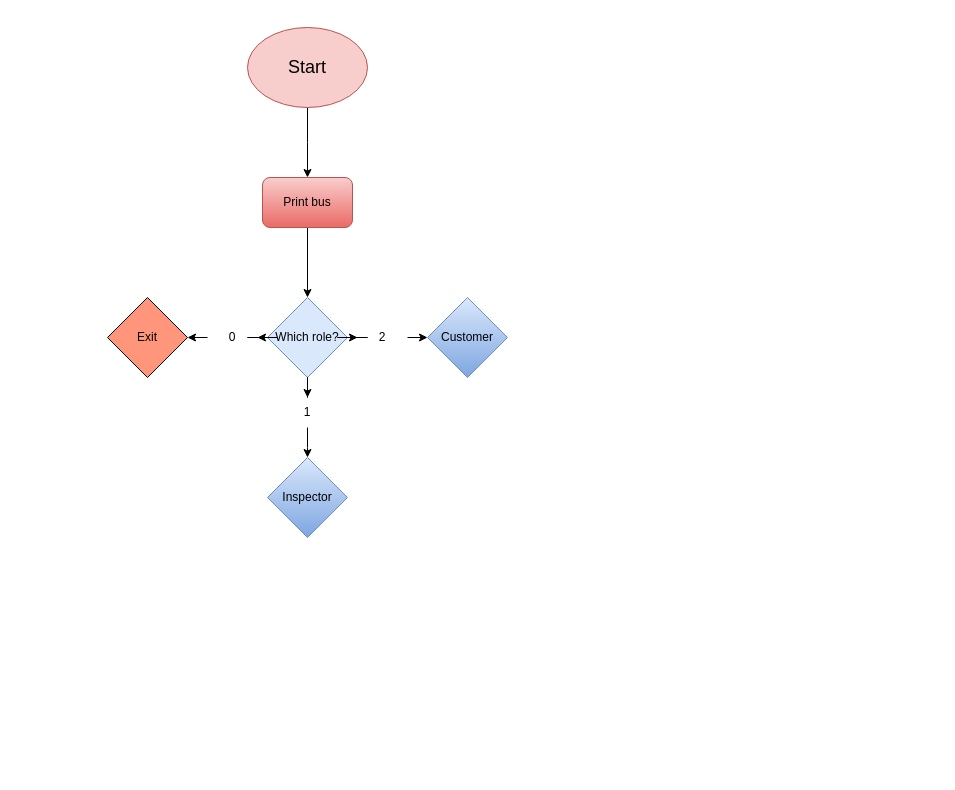
Earlier version of the draw.io diagram Untitled Diagram.drawio (Miishri/Programming1_Projekt2). Source tidied: cells renumbered, new cells numbered last; positions are measured from the earlier drawing's top-left corner, leaving out a move shared by most shapes. Both pictures are drawn from the tidied source at 100%, with x=0, y=0 at pixel (107, 27).
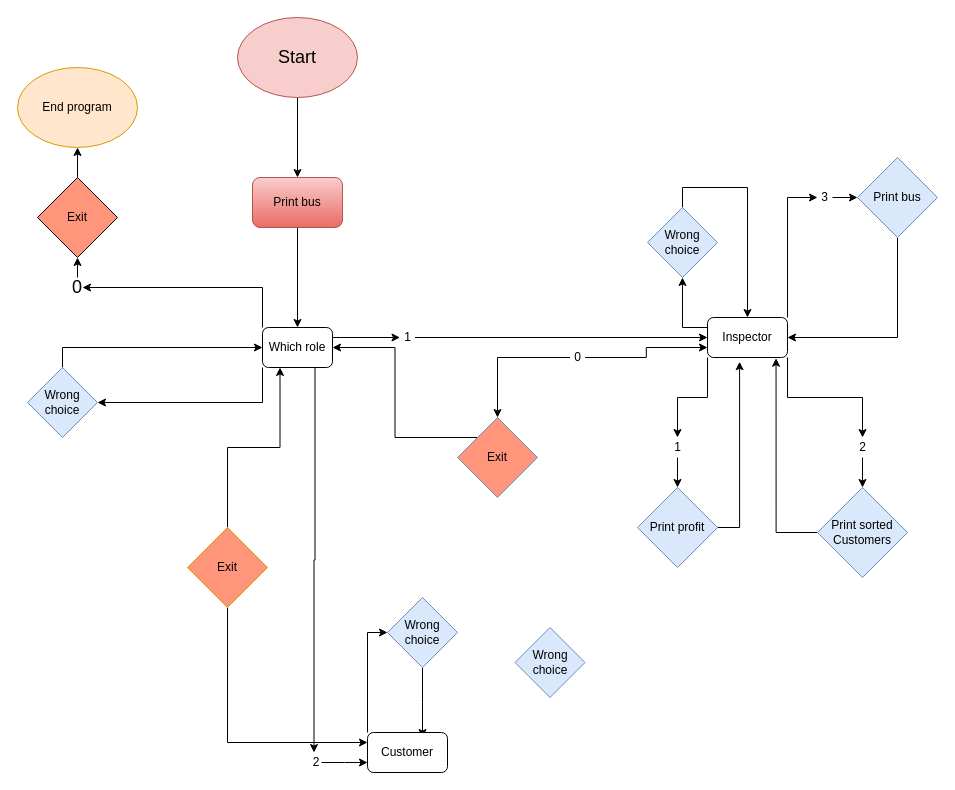
Above is the later version.

Commit message:
add customer diagram

Diff of the diagram source:
```diff
@@
-    <mxCell id="2" style="edgeStyle=orthogonalEdgeStyle;rounded=0;jettySize=auto;html=1;" parent="1" edge="1" source="3">
-      <mxGeometry relative="1" as="geometry">
-        <mxPoint x="200" y="150" as="targetPoint" />
-      </mxGeometry>
+    <mxCell id="2" style="edgeStyle=orthogonalEdgeStyle;rounded=0;jettySize=auto;html=1;entryX=0.5;entryY=0;entryDx=0;entryDy=0;" parent="1" edge="1" source="3" target="18">
+      <mxGeometry relative="1" as="geometry" />
     </mxCell>
     <mxCell id="3" value="&lt;div&gt;&lt;font style=&quot;font-size: 18px;&quot;&gt;Start&lt;/font&gt;&lt;/div&gt;" style="ellipse;whiteSpace=wrap;html=1;fillColor=#f8cecc;strokeColor=#b85450;" parent="1" vertex="1">
-      <mxGeometry x="140" width="120" height="80" as="geometry" />
+      <mxGeometry x="130" y="-10" width="120" height="80" as="geometry" />
     </mxCell>
-    <mxCell id="4" style="edgeStyle=orthogonalEdgeStyle;rounded=0;jettySize=auto;html=1;exitX=1;exitY=0.5;exitDx=0;exitDy=0;" parent="1" edge="1" source="13">
-      <mxGeometry relative="1" as="geometry">
-        <mxPoint x="320" y="310" as="targetPoint" />
-      </mxGeometry>
-    </mxCell>
-    <mxCell id="5" style="edgeStyle=orthogonalEdgeStyle;rounded=0;jettySize=auto;html=1;" parent="1" edge="1" source="8">
-      <mxGeometry relative="1" as="geometry">
-        <mxPoint x="200" y="430" as="targetPoint" />
-      </mxGeometry>
-    </mxCell>
-    <mxCell id="6" value="Which role?" style="rhombus;whiteSpace=wrap;html=1;fillColor=#dae8fc;strokeColor=#6c8ebf;" parent="1" vertex="1">
-      <mxGeometry x="160" y="270" width="80" height="80" as="geometry" />
-    </mxCell>
-    <mxCell id="7" style="edgeStyle=orthogonalEdgeStyle;rounded=0;jettySize=auto;html=1;" parent="1" edge="1" source="6" target="8">
-      <mxGeometry relative="1" as="geometry" />
-    </mxCell>
-    <mxCell id="8" value="&lt;div&gt;1&lt;br&gt;&lt;/div&gt;" style="text;html=1;strokeColor=none;fillColor=none;align=center;verticalAlign=middle;whiteSpace=wrap;rounded=0;" parent="1" vertex="1">
-      <mxGeometry x="170" y="370" width="60" height="30" as="geometry" />
-    </mxCell>
-    <mxCell id="9" style="edgeStyle=orthogonalEdgeStyle;rounded=0;jettySize=auto;html=1;" parent="1" edge="1" source="6" target="11">
-      <mxGeometry relative="1" as="geometry" />
-    </mxCell>
-    <mxCell id="10" style="edgeStyle=orthogonalEdgeStyle;rounded=0;orthogonalLoop=1;jettySize=auto;html=1;" parent="1" edge="1">
-      <mxGeometry relative="1" as="geometry">
-        <mxPoint x="100" y="310" as="sourcePoint" />
-        <mxPoint x="80" y="310" as="targetPoint" />
-      </mxGeometry>
-    </mxCell>
-    <mxCell id="11" value="&lt;div&gt;0&lt;/div&gt;" style="text;html=1;strokeColor=none;fillColor=none;align=center;verticalAlign=middle;whiteSpace=wrap;rounded=0;" parent="1" vertex="1">
-      <mxGeometry x="100" y="295" width="50" height="30" as="geometry" />
-    </mxCell>
-    <mxCell id="12" style="edgeStyle=orthogonalEdgeStyle;rounded=0;jettySize=auto;html=1;exitX=1;exitY=0.5;exitDx=0;exitDy=0;" parent="1" edge="1" source="6" target="13">
-      <mxGeometry relative="1" as="geometry" />
-    </mxCell>
-    <mxCell id="13" value="&lt;div&gt;2&lt;/div&gt;" style="text;html=1;strokeColor=none;fillColor=none;align=center;verticalAlign=middle;whiteSpace=wrap;rounded=0;" parent="1" vertex="1">
-      <mxGeometry x="250" y="295" width="50" height="30" as="geometry" />
-    </mxCell>
+    <mxCell id="19" style="edgeStyle=orthogonalEdgeStyle;rounded=0;jettySize=auto;html=1;exitX=0.5;exitY=0;exitDx=0;exitDy=0;entryX=0.5;entryY=1;entryDx=0;entryDy=0;" parent="1" edge="1" source="14" target="58">
+      <mxGeometry relative="1" as="geometry" />
+    </mxCell>
     <mxCell id="14" value="Exit" style="rhombus;whiteSpace=wrap;html=1;fillStyle=solid;fillColor=#FF957A;" parent="1" vertex="1">
-      <mxGeometry y="270" width="80" height="80" as="geometry" />
+      <mxGeometry x="-70" y="150" width="80" height="80" as="geometry" />
     </mxCell>
-    <mxCell id="15" value="Inspector" style="rhombus;whiteSpace=wrap;html=1;fillColor=#dae8fc;gradientColor=#7ea6e0;strokeColor=#6c8ebf;" parent="1" vertex="1">
-      <mxGeometry x="160" y="430" width="80" height="80" as="geometry" />
-    </mxCell>
-    <mxCell id="16" value="Customer" style="rhombus;whiteSpace=wrap;html=1;fillColor=#dae8fc;gradientColor=#7ea6e0;strokeColor=#6c8ebf;" parent="1" vertex="1">
-      <mxGeometry x="320" y="270" width="80" height="80" as="geometry" />
-    </mxCell>
-    <mxCell id="17" style="edgeStyle=orthogonalEdgeStyle;rounded=0;jettySize=auto;html=1;entryX=0.5;entryY=0;entryDx=0;entryDy=0;" parent="1" edge="1" source="18" target="6">
+    <mxCell id="17" style="edgeStyle=orthogonalEdgeStyle;rounded=0;jettySize=auto;html=1;entryX=0.5;entryY=0;entryDx=0;entryDy=0;" parent="1" edge="1" source="18" target="24">
       <mxGeometry relative="1" as="geometry" />
     </mxCell>
     <mxCell id="18" value="Print bus" style="rounded=1;whiteSpace=wrap;html=1;fillColor=#f8cecc;gradientColor=#ea6b66;strokeColor=#b85450;" parent="1" vertex="1">
-      <mxGeometry x="155" y="150" width="90" height="50" as="geometry" />
+      <mxGeometry x="145" y="150" width="90" height="50" as="geometry" />
     </mxCell>
+    <mxCell id="20" style="edgeStyle=orthogonalEdgeStyle;rounded=0;jettySize=auto;html=1;exitX=0;exitY=1;exitDx=0;exitDy=0;entryX=1;entryY=0.5;entryDx=0;entryDy=0;" parent="1" edge="1" source="24" target="26">
+      <mxGeometry relative="1" as="geometry" />
+    </mxCell>
+    <mxCell id="21" style="edgeStyle=orthogonalEdgeStyle;rounded=0;jettySize=auto;html=1;exitX=0;exitY=0;exitDx=0;exitDy=0;entryX=1;entryY=0.5;entryDx=0;entryDy=0;" parent="1" edge="1" source="24" target="11">
+      <mxGeometry relative="1" as="geometry" />
+    </mxCell>
+    <mxCell id="22" style="edgeStyle=orthogonalEdgeStyle;rounded=0;jettySize=auto;html=1;exitX=1;exitY=0.25;exitDx=0;exitDy=0;entryX=0;entryY=0.5;entryDx=0;entryDy=0;" parent="1" edge="1" source="24" target="31">
+      <mxGeometry relative="1" as="geometry" />
+    </mxCell>
+    <mxCell id="23" style="edgeStyle=orthogonalEdgeStyle;rounded=0;jettySize=auto;html=1;exitX=0.75;exitY=1;exitDx=0;exitDy=0;entryX=0.25;entryY=0;entryDx=0;entryDy=0;" parent="1" edge="1" source="24" target="29">
+      <mxGeometry relative="1" as="geometry" />
+    </mxCell>
+    <mxCell id="24" value="&lt;div&gt;Which role&lt;/div&gt;" style="rounded=1;whiteSpace=wrap;html=1;" parent="1" vertex="1">
+      <mxGeometry x="155" y="300" width="70" height="40" as="geometry" />
+    </mxCell>
+    <mxCell id="25" style="edgeStyle=orthogonalEdgeStyle;rounded=0;jettySize=auto;html=1;exitX=0.5;exitY=0;exitDx=0;exitDy=0;entryX=0;entryY=0.5;entryDx=0;entryDy=0;" parent="1" edge="1" source="26" target="24">
+      <mxGeometry relative="1" as="geometry" />
+    </mxCell>
+    <mxCell id="26" value="Wrong choice" style="rhombus;whiteSpace=wrap;html=1;fillColor=#dae8fc;strokeColor=#6c8ebf;" parent="1" vertex="1">
+      <mxGeometry x="-80" y="340" width="70" height="70" as="geometry" />
+    </mxCell>
+    <mxCell id="27" style="edgeStyle=orthogonalEdgeStyle;rounded=0;jettySize=auto;html=1;exitX=0.5;exitY=0;exitDx=0;exitDy=0;entryX=0.5;entryY=1;entryDx=0;entryDy=0;" parent="1" edge="1" source="11" target="14">
+      <mxGeometry relative="1" as="geometry" />
+    </mxCell>
+    <mxCell id="11" value="&lt;div&gt;&lt;font style=&quot;font-size: 18px;&quot;&gt;0&lt;/font&gt;&lt;/div&gt;" style="text;html=1;strokeColor=none;fillColor=none;align=center;verticalAlign=middle;whiteSpace=wrap;rounded=0;" parent="1" vertex="1">
+      <mxGeometry x="-35" y="250" width="10" height="20" as="geometry" />
+    </mxCell>
+    <mxCell id="28" style="edgeStyle=orthogonalEdgeStyle;rounded=0;jettySize=auto;html=1;exitX=1;exitY=0.5;exitDx=0;exitDy=0;entryX=0;entryY=0.5;entryDx=0;entryDy=0;" parent="1" edge="1" source="29">
+      <mxGeometry relative="1" as="geometry">
+        <mxPoint x="260" y="735" as="targetPoint" />
+      </mxGeometry>
+    </mxCell>
+    <mxCell id="29" value="2" style="text;html=1;strokeColor=none;fillColor=none;align=center;verticalAlign=middle;whiteSpace=wrap;rounded=0;" parent="1" vertex="1">
+      <mxGeometry x="204" y="725" width="10" height="20" as="geometry" />
+    </mxCell>
+    <mxCell id="30" style="edgeStyle=orthogonalEdgeStyle;rounded=0;jettySize=auto;html=1;exitX=1;exitY=0.5;exitDx=0;exitDy=0;entryX=0;entryY=0.5;entryDx=0;entryDy=0;" parent="1" edge="1" source="31" target="15">
+      <mxGeometry relative="1" as="geometry" />
+    </mxCell>
+    <mxCell id="31" value="1" style="text;html=1;strokeColor=none;fillColor=none;align=center;verticalAlign=middle;whiteSpace=wrap;rounded=0;" parent="1" vertex="1">
+      <mxGeometry x="292.5" y="300" width="15" height="20" as="geometry" />
+    </mxCell>
+    <mxCell id="32" style="edgeStyle=orthogonalEdgeStyle;rounded=0;jettySize=auto;html=1;exitX=0;exitY=0.25;exitDx=0;exitDy=0;entryX=0.5;entryY=1;entryDx=0;entryDy=0;" parent="1" edge="1" source="15" target="36">
+      <mxGeometry relative="1" as="geometry" />
+    </mxCell>
+    <mxCell id="33" style="edgeStyle=orthogonalEdgeStyle;rounded=0;jettySize=auto;html=1;exitX=0;exitY=1;exitDx=0;exitDy=0;entryX=0.5;entryY=0;entryDx=0;entryDy=0;" parent="1" edge="1" source="15" target="41">
+      <mxGeometry relative="1" as="geometry" />
+    </mxCell>
+    <mxCell id="34" style="edgeStyle=orthogonalEdgeStyle;rounded=0;jettySize=auto;html=1;exitX=1;exitY=1;exitDx=0;exitDy=0;entryX=0.5;entryY=0;entryDx=0;entryDy=0;" parent="1" edge="1" source="15" target="45">
+      <mxGeometry relative="1" as="geometry" />
+    </mxCell>
+    <mxCell id="15" value="Inspector" style="rounded=1;whiteSpace=wrap;html=1;" parent="1" vertex="1">
+      <mxGeometry x="600" y="290" width="80" height="40" as="geometry" />
+    </mxCell>
+    <mxCell id="35" style="edgeStyle=orthogonalEdgeStyle;rounded=0;jettySize=auto;html=1;exitX=0.5;exitY=0;exitDx=0;exitDy=0;entryX=0.5;entryY=0;entryDx=0;entryDy=0;" parent="1" edge="1" source="36" target="15">
+      <mxGeometry relative="1" as="geometry" />
+    </mxCell>
+    <mxCell id="36" value="Wrong choice" style="rhombus;whiteSpace=wrap;html=1;fillColor=#dae8fc;strokeColor=#6c8ebf;" parent="1" vertex="1">
+      <mxGeometry x="540" y="180" width="70" height="70" as="geometry" />
+    </mxCell>
+    <mxCell id="37" style="edgeStyle=orthogonalEdgeStyle;rounded=0;jettySize=auto;html=1;" parent="1" edge="1" source="38">
+      <mxGeometry relative="1" as="geometry">
+        <mxPoint x="315" y="710" as="targetPoint" />
+      </mxGeometry>
+    </mxCell>
+    <mxCell id="38" value="Wrong choice" style="rhombus;whiteSpace=wrap;html=1;fillColor=#dae8fc;strokeColor=#6c8ebf;" parent="1" vertex="1">
+      <mxGeometry x="280" y="570" width="70" height="70" as="geometry" />
+    </mxCell>
+    <mxCell id="39" style="edgeStyle=orthogonalEdgeStyle;rounded=0;jettySize=auto;html=1;exitX=0;exitY=0;exitDx=0;exitDy=0;entryX=0;entryY=0.5;entryDx=0;entryDy=0;" parent="1" edge="1" source="16" target="38">
+      <mxGeometry relative="1" as="geometry" />
+    </mxCell>
+    <mxCell id="16" value="Customer" style="rounded=1;whiteSpace=wrap;html=1;" parent="1" vertex="1">
+      <mxGeometry x="260" y="705" width="80" height="40" as="geometry" />
+    </mxCell>
+    <mxCell id="40" style="edgeStyle=orthogonalEdgeStyle;rounded=0;jettySize=auto;html=1;entryX=0.5;entryY=0;entryDx=0;entryDy=0;" parent="1" edge="1" source="41" target="43">
+      <mxGeometry relative="1" as="geometry" />
+    </mxCell>
+    <mxCell id="41" value="1" style="text;html=1;strokeColor=none;fillColor=none;align=center;verticalAlign=middle;whiteSpace=wrap;rounded=0;" parent="1" vertex="1">
+      <mxGeometry x="562.5" y="410" width="15" height="20" as="geometry" />
+    </mxCell>
+    <mxCell id="42" style="edgeStyle=orthogonalEdgeStyle;rounded=0;jettySize=auto;html=1;exitX=1;exitY=0.5;exitDx=0;exitDy=0;entryX=0.401;entryY=1.106;entryDx=0;entryDy=0;entryPerimeter=0;" parent="1" edge="1" source="43" target="15">
+      <mxGeometry relative="1" as="geometry" />
+    </mxCell>
+    <mxCell id="43" value="Print profit" style="rhombus;whiteSpace=wrap;html=1;fillColor=#dae8fc;strokeColor=#6c8ebf;" parent="1" vertex="1">
+      <mxGeometry x="530" y="460" width="80" height="80" as="geometry" />
+    </mxCell>
+    <mxCell id="44" style="edgeStyle=orthogonalEdgeStyle;rounded=0;jettySize=auto;html=1;exitX=0.5;exitY=1;exitDx=0;exitDy=0;entryX=0.5;entryY=0;entryDx=0;entryDy=0;" parent="1" edge="1" source="45" target="47">
+      <mxGeometry relative="1" as="geometry" />
+    </mxCell>
+    <mxCell id="45" value="2" style="text;html=1;strokeColor=none;fillColor=none;align=center;verticalAlign=middle;whiteSpace=wrap;rounded=0;" parent="1" vertex="1">
+      <mxGeometry x="747.5" y="410" width="15" height="20" as="geometry" />
+    </mxCell>
+    <mxCell id="46" style="edgeStyle=orthogonalEdgeStyle;rounded=0;jettySize=auto;html=1;exitX=0;exitY=0.5;exitDx=0;exitDy=0;entryX=0.857;entryY=1.018;entryDx=0;entryDy=0;entryPerimeter=0;" parent="1" edge="1" source="47" target="15">
+      <mxGeometry relative="1" as="geometry" />
+    </mxCell>
+    <mxCell id="47" value="Print sorted Customers" style="rhombus;whiteSpace=wrap;html=1;fillColor=#dae8fc;strokeColor=#6c8ebf;" parent="1" vertex="1">
+      <mxGeometry x="710" y="460" width="90" height="90" as="geometry" />
+    </mxCell>
+    <mxCell id="48" style="edgeStyle=orthogonalEdgeStyle;rounded=0;jettySize=auto;html=1;exitX=0.5;exitY=1;exitDx=0;exitDy=0;entryX=1;entryY=0.5;entryDx=0;entryDy=0;" parent="1" edge="1" source="49" target="15">
+      <mxGeometry relative="1" as="geometry" />
+    </mxCell>
+    <mxCell id="49" value="Print bus" style="rhombus;whiteSpace=wrap;html=1;fillColor=#dae8fc;strokeColor=#6c8ebf;" parent="1" vertex="1">
+      <mxGeometry x="750" y="130" width="80" height="80" as="geometry" />
+    </mxCell>
+    <mxCell id="50" style="edgeStyle=orthogonalEdgeStyle;rounded=0;jettySize=auto;html=1;exitX=1;exitY=0;exitDx=0;exitDy=0;entryX=0;entryY=0.5;entryDx=0;entryDy=0;" parent="1" edge="1" source="15" target="52">
+      <mxGeometry relative="1" as="geometry" />
+    </mxCell>
+    <mxCell id="51" style="edgeStyle=orthogonalEdgeStyle;rounded=0;jettySize=auto;html=1;exitX=1;exitY=0.5;exitDx=0;exitDy=0;entryX=0;entryY=0.5;entryDx=0;entryDy=0;" parent="1" edge="1" source="52" target="49">
+      <mxGeometry relative="1" as="geometry" />
+    </mxCell>
+    <mxCell id="52" value="3" style="text;html=1;strokeColor=none;fillColor=none;align=center;verticalAlign=middle;whiteSpace=wrap;rounded=0;" parent="1" vertex="1">
+      <mxGeometry x="710" y="160" width="15" height="20" as="geometry" />
+    </mxCell>
+    <mxCell id="53" style="edgeStyle=orthogonalEdgeStyle;rounded=0;jettySize=auto;html=1;exitX=0;exitY=0;exitDx=0;exitDy=0;entryX=1;entryY=0.5;entryDx=0;entryDy=0;" parent="1" edge="1" source="54" target="24">
+      <mxGeometry relative="1" as="geometry" />
+    </mxCell>
+    <mxCell id="54" value="Exit" style="rhombus;whiteSpace=wrap;html=1;fillColor=#FF957A;strokeColor=#6c8ebf;" parent="1" vertex="1">
+      <mxGeometry x="350" y="390" width="80" height="80" as="geometry" />
+    </mxCell>
+    <mxCell id="55" style="edgeStyle=orthogonalEdgeStyle;rounded=0;jettySize=auto;html=1;exitX=0;exitY=0.5;exitDx=0;exitDy=0;entryX=0.5;entryY=0;entryDx=0;entryDy=0;" parent="1" edge="1" source="57" target="54">
+      <mxGeometry relative="1" as="geometry" />
+    </mxCell>
+    <mxCell id="56" style="edgeStyle=orthogonalEdgeStyle;rounded=0;jettySize=auto;html=1;entryX=0;entryY=0.75;entryDx=0;entryDy=0;" parent="1" edge="1" source="57" target="15">
+      <mxGeometry relative="1" as="geometry" />
+    </mxCell>
+    <mxCell id="57" value="0" style="text;html=1;strokeColor=none;fillColor=none;align=center;verticalAlign=middle;whiteSpace=wrap;rounded=0;" parent="1" vertex="1">
+      <mxGeometry x="462.5" y="320" width="15" height="20" as="geometry" />
+    </mxCell>
+    <mxCell id="58" value="End program" style="ellipse;whiteSpace=wrap;html=1;fillColor=#ffe6cc;strokeColor=#d79b00;" parent="1" vertex="1">
+      <mxGeometry x="-90" y="40" width="120" height="80" as="geometry" />
+    </mxCell>
+    <mxCell id="59" style="edgeStyle=orthogonalEdgeStyle;rounded=0;jettySize=auto;html=1;exitX=0.5;exitY=0;exitDx=0;exitDy=0;entryX=0.25;entryY=1;entryDx=0;entryDy=0;" parent="1" edge="1" source="61" target="24">
+      <mxGeometry relative="1" as="geometry" />
+    </mxCell>
+    <mxCell id="60" style="edgeStyle=orthogonalEdgeStyle;rounded=0;jettySize=auto;html=1;exitX=0.5;exitY=1;exitDx=0;exitDy=0;entryX=0;entryY=0.25;entryDx=0;entryDy=0;" parent="1" edge="1" source="61" target="16">
+      <mxGeometry relative="1" as="geometry" />
+    </mxCell>
+    <mxCell id="61" value="Exit" style="rhombus;whiteSpace=wrap;html=1;fillColor=#FF957A;strokeColor=#d79b00;" parent="1" vertex="1">
+      <mxGeometry x="80" y="500" width="80" height="80" as="geometry" />
+    </mxCell>
+    <mxCell id="62" value="Wrong choice" style="rhombus;whiteSpace=wrap;html=1;fillColor=#dae8fc;strokeColor=#6c8ebf;" parent="1" vertex="1">
+      <mxGeometry x="407.5" y="600" width="70" height="70" as="geometry" />
+    </mxCell>
```
